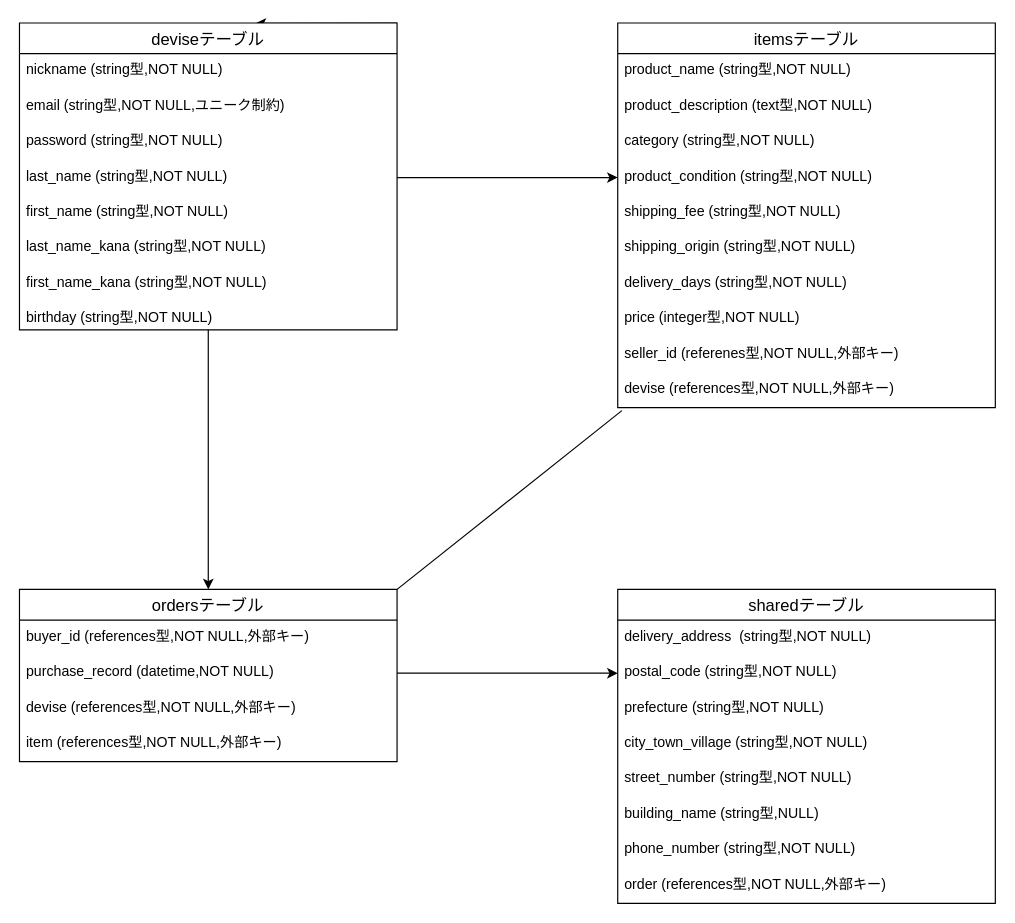
Before: furima.dio in yuuki0217/furima-40769, a draw.io diagram. Source tidied: cells renumbered, new cells numbered last; positions are measured from the earlier drawing's top-left corner, leaving out a move shared by most shapes. Both pictures are drawn from the tidied source at 118%, with x=0, y=0 at pixel (19, 22).
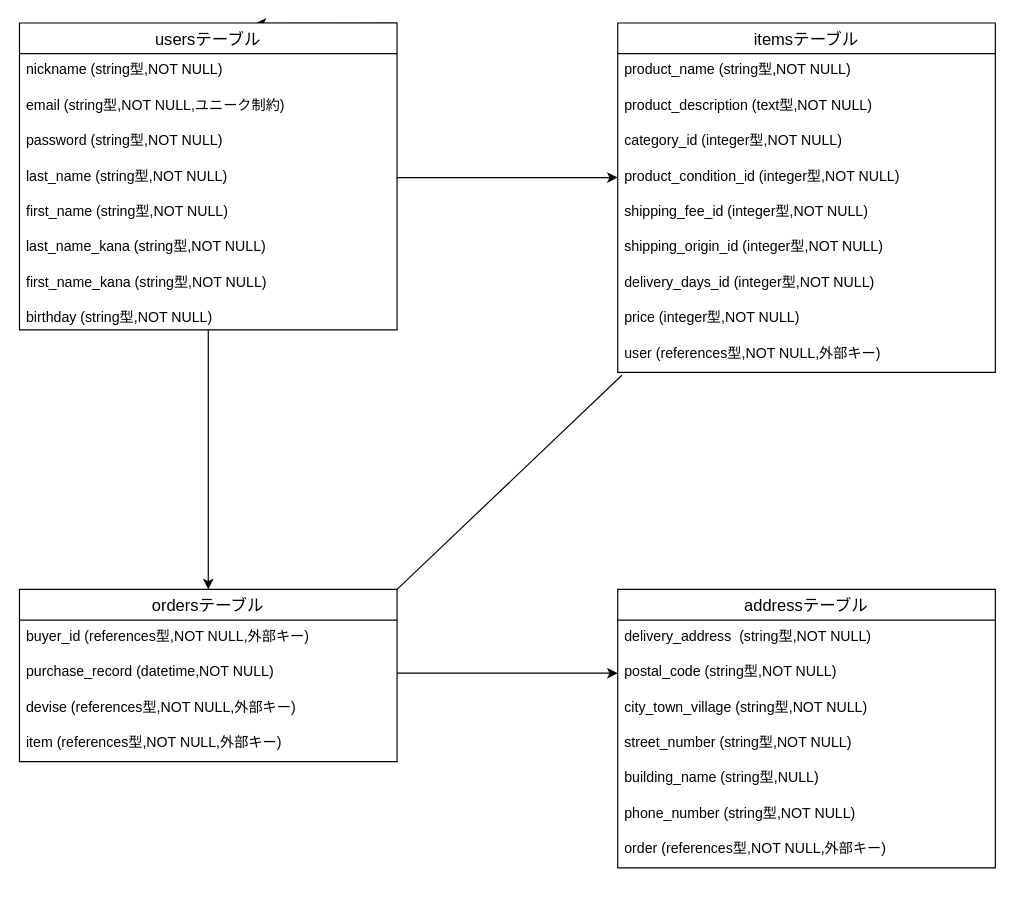
The same diagram, later.

What changed in the source:
```diff
@@
     <mxCell id="2" value="itemsテーブル" style="swimlane;fontStyle=0;horizontal=1;startSize=26;align=center;fontSize=14;" parent="1" vertex="1">
-      <mxGeometry x="507" width="320" height="326" as="geometry" />
+      <mxGeometry x="507" width="320" height="296" as="geometry" />
     </mxCell>
@@
-    <mxCell id="5" value="category (string型,NOT NULL)" style="text;strokeColor=none;fillColor=none;spacingLeft=4;spacingRight=4;overflow=hidden;fontSize=12;" parent="2" vertex="1">
+    <mxCell id="5" value="category_id (integer型,NOT NULL)" style="text;strokeColor=none;fillColor=none;spacingLeft=4;spacingRight=4;overflow=hidden;fontSize=12;" parent="2" vertex="1">
       <mxGeometry y="86" width="320" height="30" as="geometry" />
     </mxCell>
-    <mxCell id="6" value="product_condition (string型,NOT NULL)" style="text;strokeColor=none;fillColor=none;spacingLeft=4;spacingRight=4;overflow=hidden;points=[[0,0.5],[1,0.5]];portConstraint=eastwest;fontSize=12;" parent="2" vertex="1">
+    <mxCell id="6" value="product_condition_id (integer型,NOT NULL)" style="text;strokeColor=none;fillColor=none;spacingLeft=4;spacingRight=4;overflow=hidden;points=[[0,0.5],[1,0.5]];portConstraint=eastwest;fontSize=12;" parent="2" vertex="1">
       <mxGeometry y="116" width="320" height="30" as="geometry" />
     </mxCell>
-    <mxCell id="7" value="shipping_fee (string型,NOT NULL)" style="text;strokeColor=none;fillColor=none;spacingLeft=4;spacingRight=4;overflow=hidden;fontSize=12;" parent="2" vertex="1">
+    <mxCell id="7" value="shipping_fee_id (integer型,NOT NULL)" style="text;strokeColor=none;fillColor=none;spacingLeft=4;spacingRight=4;overflow=hidden;fontSize=12;" parent="2" vertex="1">
       <mxGeometry y="146" width="320" height="30" as="geometry" />
     </mxCell>
-    <mxCell id="8" value="shipping_origin (string型,NOT NULL)" style="text;strokeColor=none;fillColor=none;spacingLeft=4;spacingRight=4;overflow=hidden;fontSize=12;" parent="2" vertex="1">
+    <mxCell id="8" value="shipping_origin_id (integer型,NOT NULL)" style="text;strokeColor=none;fillColor=none;spacingLeft=4;spacingRight=4;overflow=hidden;fontSize=12;" parent="2" vertex="1">
       <mxGeometry y="176" width="320" height="30" as="geometry" />
     </mxCell>
-    <mxCell id="9" value="delivery_days (string型,NOT NULL)" style="text;strokeColor=none;fillColor=none;spacingLeft=4;spacingRight=4;overflow=hidden;fontSize=12;" parent="2" vertex="1">
+    <mxCell id="9" value="delivery_days_id (integer型,NOT NULL)" style="text;strokeColor=none;fillColor=none;spacingLeft=4;spacingRight=4;overflow=hidden;fontSize=12;" parent="2" vertex="1">
       <mxGeometry y="206" width="320" height="30" as="geometry" />
     </mxCell>
@@
-    <mxCell id="11" value="seller_id (referenes型,NOT NULL,外部キー)" style="text;strokeColor=none;fillColor=none;spacingLeft=4;spacingRight=4;overflow=hidden;fontSize=12;" parent="2" vertex="1">
-      <mxGeometry y="266" width="320" height="30" as="geometry" />
-    </mxCell>
-    <mxCell id="12" value="devise (references型,NOT NULL,外部キー)" style="text;strokeColor=none;fillColor=none;spacingLeft=4;spacingRight=4;overflow=hidden;points=[[0,0.5],[1,0.5]];portConstraint=eastwest;fontSize=12;" parent="2" vertex="1">
-      <mxGeometry y="296" width="320" height="30" as="geometry" />
+    <mxCell id="12" value="user (references型,NOT NULL,外部キー)" style="text;strokeColor=none;fillColor=none;spacingLeft=4;spacingRight=4;overflow=hidden;points=[[0,0.5],[1,0.5]];portConstraint=eastwest;fontSize=12;" parent="2" vertex="1">
+      <mxGeometry y="266" width="320" height="30" as="geometry" />
     </mxCell>
@@
-    <mxCell id="14" value="deviseテーブル" style="swimlane;fontStyle=0;horizontal=1;startSize=26;align=center;fontSize=14;" parent="1" vertex="1">
+    <mxCell id="14" value="usersテーブル" style="swimlane;fontStyle=0;horizontal=1;startSize=26;align=center;fontSize=14;" parent="1" vertex="1">
       <mxGeometry width="320" height="260" as="geometry" />
     </mxCell>
@@
-    <mxCell id="29" value="sharedテーブル" style="swimlane;fontStyle=0;horizontal=1;startSize=26;align=center;fontSize=14;" parent="1" vertex="1">
-      <mxGeometry x="507" y="480" width="320" height="266" as="geometry" />
+    <mxCell id="29" value="addressテーブル" style="swimlane;fontStyle=0;horizontal=1;startSize=26;align=center;fontSize=14;" parent="1" vertex="1">
+      <mxGeometry x="507" y="480" width="320" height="236" as="geometry" />
     </mxCell>
@@
-    <mxCell id="32" value="prefecture (string型,NOT NULL)" style="text;strokeColor=none;fillColor=none;spacingLeft=4;spacingRight=4;overflow=hidden;fontSize=12;" parent="29" vertex="1">
-      <mxGeometry y="86" width="320" height="30" as="geometry" />
-    </mxCell>
     <mxCell id="33" value="city_town_village (string型,NOT NULL)" style="text;strokeColor=none;fillColor=none;spacingLeft=4;spacingRight=4;overflow=hidden;fontSize=12;" parent="29" vertex="1">
-      <mxGeometry y="116" width="320" height="30" as="geometry" />
+      <mxGeometry y="86" width="320" height="30" as="geometry" />
     </mxCell>
     <mxCell id="34" value="street_number (string型,NOT NULL)" style="text;strokeColor=none;fillColor=none;spacingLeft=4;spacingRight=4;overflow=hidden;fontSize=12;" parent="29" vertex="1">
-      <mxGeometry y="146" width="320" height="30" as="geometry" />
+      <mxGeometry y="116" width="320" height="30" as="geometry" />
     </mxCell>
     <mxCell id="35" value="building_name (string型,NULL)" style="text;strokeColor=none;fillColor=none;spacingLeft=4;spacingRight=4;overflow=hidden;fontSize=12;" parent="29" vertex="1">
-      <mxGeometry y="176" width="320" height="30" as="geometry" />
+      <mxGeometry y="146" width="320" height="30" as="geometry" />
     </mxCell>
     <mxCell id="36" value="phone_number (string型,NOT NULL)" style="text;strokeColor=none;fillColor=none;spacingLeft=4;spacingRight=4;overflow=hidden;fontSize=12;" parent="29" vertex="1">
-      <mxGeometry y="206" width="320" height="30" as="geometry" />
+      <mxGeometry y="176" width="320" height="30" as="geometry" />
     </mxCell>
     <mxCell id="37" value="order (references型,NOT NULL,外部キー)" style="text;strokeColor=none;fillColor=none;spacingLeft=4;spacingRight=4;overflow=hidden;fontSize=12;" parent="29" vertex="1">
-      <mxGeometry y="236" width="320" height="30" as="geometry" />
+      <mxGeometry y="206" width="320" height="30" as="geometry" />
     </mxCell>
```
